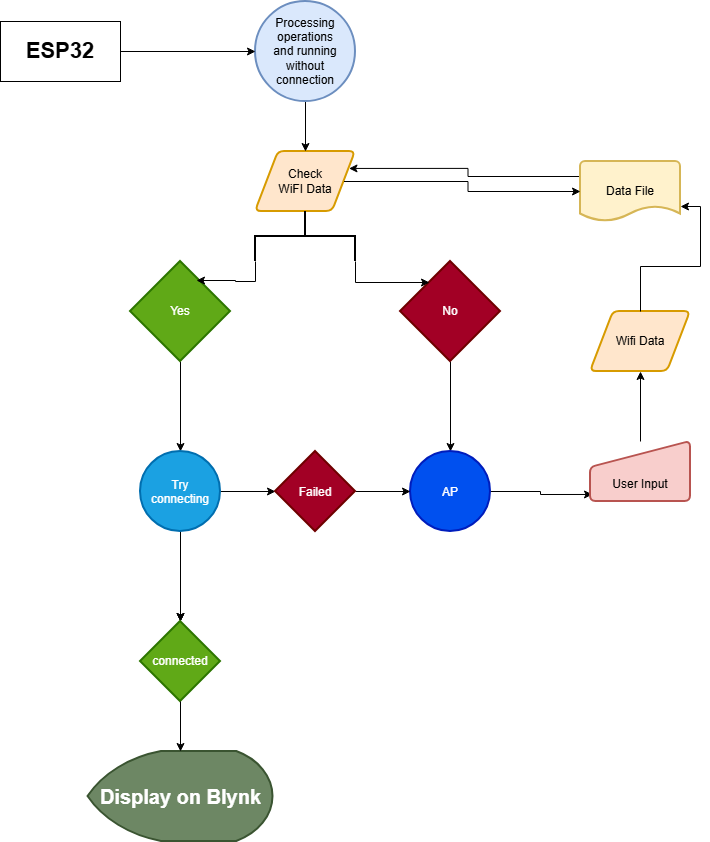
Earlier version of the draw.io export docs/architecture/Connecting AP.drawio.png (PhantomCNS/shos-2-). Source tidied: cells renumbered, new cells last; positions are measured from the earlier drawing's top-left corner, leaving out a move shared by most shapes. The source it was exported from:
```xml
<mxGraphModel>
  <root>
    <mxCell id="0" />
    <mxCell id="1" parent="0" />
    <mxCell id="2" style="edgeStyle=orthogonalEdgeStyle;rounded=0;jettySize=auto;html=1;" parent="1" edge="1" source="3" target="16">
      <mxGeometry relative="1" as="geometry" />
    </mxCell>
    <mxCell id="3" value="Yes" style="strokeWidth=2;html=1;shape=mxgraph.flowchart.decision;whiteSpace=wrap;fillColor=#60a917;fontColor=#ffffff;strokeColor=#2D7600;" parent="1" vertex="1">
      <mxGeometry x="130" y="260" width="100" height="100" as="geometry" />
    </mxCell>
    <mxCell id="4" value="Check&lt;br&gt;&lt;div&gt;WiFI Data&lt;/div&gt;" style="shape=parallelogram;html=1;strokeWidth=2;perimeter=parallelogramPerimeter;whiteSpace=wrap;rounded=1;arcSize=12;size=0.23;fillColor=#ffe6cc;strokeColor=#d79b00;" parent="1" vertex="1">
      <mxGeometry x="255" y="150" width="100" height="60" as="geometry" />
    </mxCell>
    <mxCell id="5" style="strokeWidth=2;html=1;shape=mxgraph.flowchart.annotation_2;align=left;labelPosition=right;direction=south;" parent="1" vertex="1">
      <mxGeometry x="255" y="210" width="100" height="50" as="geometry" />
    </mxCell>
    <mxCell id="6" style="edgeStyle=orthogonalEdgeStyle;rounded=0;jettySize=auto;html=1;exitX=1;exitY=1;exitDx=0;exitDy=0;exitPerimeter=0;entryX=0.66;entryY=0.19;entryDx=0;entryDy=0;entryPerimeter=0;" parent="1" edge="1" source="5" target="3">
      <mxGeometry relative="1" as="geometry" />
    </mxCell>
    <mxCell id="7" style="edgeStyle=orthogonalEdgeStyle;rounded=0;jettySize=auto;html=1;" parent="1" edge="1" source="8" target="11">
      <mxGeometry relative="1" as="geometry" />
    </mxCell>
    <mxCell id="8" value="No" style="strokeWidth=2;html=1;shape=mxgraph.flowchart.decision;whiteSpace=wrap;fillColor=#a20025;strokeColor=#6F0000;fontColor=#ffffff;" parent="1" vertex="1">
      <mxGeometry x="400" y="260" width="100" height="100" as="geometry" />
    </mxCell>
    <mxCell id="9" style="edgeStyle=orthogonalEdgeStyle;rounded=0;jettySize=auto;html=1;exitX=1;exitY=0;exitDx=0;exitDy=0;exitPerimeter=0;entryX=0.29;entryY=0.21;entryDx=0;entryDy=0;entryPerimeter=0;" parent="1" edge="1" source="5" target="8">
      <mxGeometry relative="1" as="geometry" />
    </mxCell>
    <mxCell id="10" style="edgeStyle=orthogonalEdgeStyle;rounded=0;jettySize=auto;html=1;exitX=1;exitY=0.5;exitDx=0;exitDy=0;entryX=0.02;entryY=0.883;entryDx=0;entryDy=0;entryPerimeter=0;" parent="1" edge="1" source="11" target="21">
      <mxGeometry relative="1" as="geometry" />
    </mxCell>
    <mxCell id="11" value="AP" style="ellipse;whiteSpace=wrap;html=1;shapeInside=1;strokeWidth=2;fillColor=#0050ef;fontColor=#ffffff;strokeColor=#001DBC;" parent="1" vertex="1">
      <mxGeometry x="410" y="450" width="80" height="80" as="geometry" />
    </mxCell>
    <mxCell id="12" style="edgeStyle=orthogonalEdgeStyle;rounded=0;jettySize=auto;html=1;" parent="1" edge="1" source="16" target="17">
      <mxGeometry relative="1" as="geometry" />
    </mxCell>
    <mxCell id="13" style="edgeStyle=orthogonalEdgeStyle;rounded=0;jettySize=auto;html=1;" parent="1" edge="1" source="16" target="17">
      <mxGeometry relative="1" as="geometry" />
    </mxCell>
    <mxCell id="14" style="edgeStyle=orthogonalEdgeStyle;rounded=0;jettySize=auto;html=1;" parent="1" edge="1" source="16" target="17">
      <mxGeometry relative="1" as="geometry" />
    </mxCell>
    <mxCell id="15" style="edgeStyle=orthogonalEdgeStyle;rounded=0;jettySize=auto;html=1;" parent="1" edge="1" source="16" target="19">
      <mxGeometry relative="1" as="geometry" />
    </mxCell>
    <mxCell id="16" value="Try connecting" style="ellipse;whiteSpace=wrap;html=1;shapeInside=1;strokeWidth=2;fillColor=#1ba1e2;fontColor=#ffffff;strokeColor=#006EAF;" parent="1" vertex="1">
      <mxGeometry x="140" y="450" width="80" height="80" as="geometry" />
    </mxCell>
    <mxCell id="17" value="connected" style="rhombus;whiteSpace=wrap;html=1;shapeInside=1;strokeWidth=2;fillColor=#60a917;fontColor=#ffffff;strokeColor=#2D7600;" parent="1" vertex="1">
      <mxGeometry x="140" y="620" width="80" height="80" as="geometry" />
    </mxCell>
    <mxCell id="18" style="edgeStyle=orthogonalEdgeStyle;rounded=0;jettySize=auto;html=1;entryX=0;entryY=0.5;entryDx=0;entryDy=0;" parent="1" edge="1" source="19" target="11">
      <mxGeometry relative="1" as="geometry" />
    </mxCell>
    <mxCell id="19" value="Failed" style="rhombus;whiteSpace=wrap;html=1;shapeInside=1;strokeWidth=2;fillColor=#a20025;fontColor=#ffffff;strokeColor=#6F0000;" parent="1" vertex="1">
      <mxGeometry x="275" y="450" width="80" height="80" as="geometry" />
    </mxCell>
    <mxCell id="20" style="edgeStyle=orthogonalEdgeStyle;rounded=0;jettySize=auto;html=1;exitX=0.5;exitY=0;exitDx=0;exitDy=0;" parent="1" edge="1" source="21" target="24">
      <mxGeometry relative="1" as="geometry" />
    </mxCell>
    <mxCell id="21" value="User Input" style="html=1;strokeWidth=2;shape=manualInput;boundedLbl=1;whiteSpace=wrap;rounded=1;size=26;arcSize=11;fillColor=#f8cecc;strokeColor=#b85450;" parent="1" vertex="1">
      <mxGeometry x="590" y="440" width="100" height="60" as="geometry" />
    </mxCell>
    <mxCell id="22" style="edgeStyle=orthogonalEdgeStyle;rounded=0;jettySize=auto;html=1;exitX=0;exitY=0.25;exitDx=0;exitDy=0;exitPerimeter=0;entryX=1;entryY=0.25;entryDx=0;entryDy=0;" parent="1" edge="1" source="23" target="4">
      <mxGeometry relative="1" as="geometry" />
    </mxCell>
    <mxCell id="23" value="Data File" style="strokeWidth=2;html=1;shape=mxgraph.flowchart.document2;whiteSpace=wrap;size=0.25;fillColor=#fff2cc;strokeColor=#d6b656;" parent="1" vertex="1">
      <mxGeometry x="580" y="160" width="100" height="60" as="geometry" />
    </mxCell>
    <mxCell id="24" value="Wifi Data" style="shape=parallelogram;html=1;strokeWidth=2;perimeter=parallelogramPerimeter;whiteSpace=wrap;rounded=1;arcSize=12;size=0.23;fillColor=#ffe6cc;strokeColor=#d79b00;" parent="1" vertex="1">
      <mxGeometry x="590" y="310" width="100" height="60" as="geometry" />
    </mxCell>
    <mxCell id="25" style="edgeStyle=orthogonalEdgeStyle;rounded=0;jettySize=auto;html=1;entryX=1;entryY=0.75;entryDx=0;entryDy=0;entryPerimeter=0;" parent="1" edge="1" source="24" target="23">
      <mxGeometry relative="1" as="geometry" />
    </mxCell>
    <mxCell id="26" style="edgeStyle=orthogonalEdgeStyle;rounded=0;jettySize=auto;html=1;exitX=1;exitY=0.5;exitDx=0;exitDy=0;entryX=0;entryY=0.5;entryDx=0;entryDy=0;entryPerimeter=0;" parent="1" edge="1" source="4" target="23">
      <mxGeometry relative="1" as="geometry" />
    </mxCell>
    <mxCell id="27" style="edgeStyle=orthogonalEdgeStyle;rounded=0;jettySize=auto;html=1;entryX=0.5;entryY=0;entryDx=0;entryDy=0;" parent="1" edge="1" source="28" target="4">
      <mxGeometry relative="1" as="geometry" />
    </mxCell>
    <mxCell id="28" value="Processing operations&lt;br&gt;and running without connection" style="strokeWidth=2;html=1;shape=mxgraph.flowchart.start_2;whiteSpace=wrap;fillColor=#dae8fc;strokeColor=#6c8ebf;" parent="1" vertex="1">
      <mxGeometry x="255" width="100" height="100" as="geometry" />
    </mxCell>
    <mxCell id="29" style="edgeStyle=orthogonalEdgeStyle;rounded=0;jettySize=auto;html=1;" parent="1" edge="1" source="30" target="28">
      <mxGeometry relative="1" as="geometry" />
    </mxCell>
    <mxCell id="30" value="ESP32" style="rounded=0;whiteSpace=wrap;html=1;fillColor=light-dark(#FFFFFF,#FFFFFF);fontColor=light-dark(#000000,#000000);labelBackgroundColor=none;labelBorderColor=none;fontStyle=1;fontSize=22;" parent="1" vertex="1">
      <mxGeometry y="20" width="120" height="60" as="geometry" />
    </mxCell>
    <mxCell id="31" value="Display on Blynk" style="strokeWidth=2;html=1;shape=mxgraph.flowchart.display;whiteSpace=wrap;fillColor=#6d8764;fontColor=#ffffff;strokeColor=#3A5431;fontSize=20;fontStyle=1;" parent="1" vertex="1">
      <mxGeometry x="87.5" y="750" width="185" height="90" as="geometry" />
    </mxCell>
    <mxCell id="32" style="edgeStyle=orthogonalEdgeStyle;rounded=0;jettySize=auto;html=1;entryX=0.5;entryY=0;entryDx=0;entryDy=0;entryPerimeter=0;" parent="1" edge="1" source="17" target="31">
      <mxGeometry relative="1" as="geometry" />
    </mxCell>
  </root>
</mxGraphModel>
```
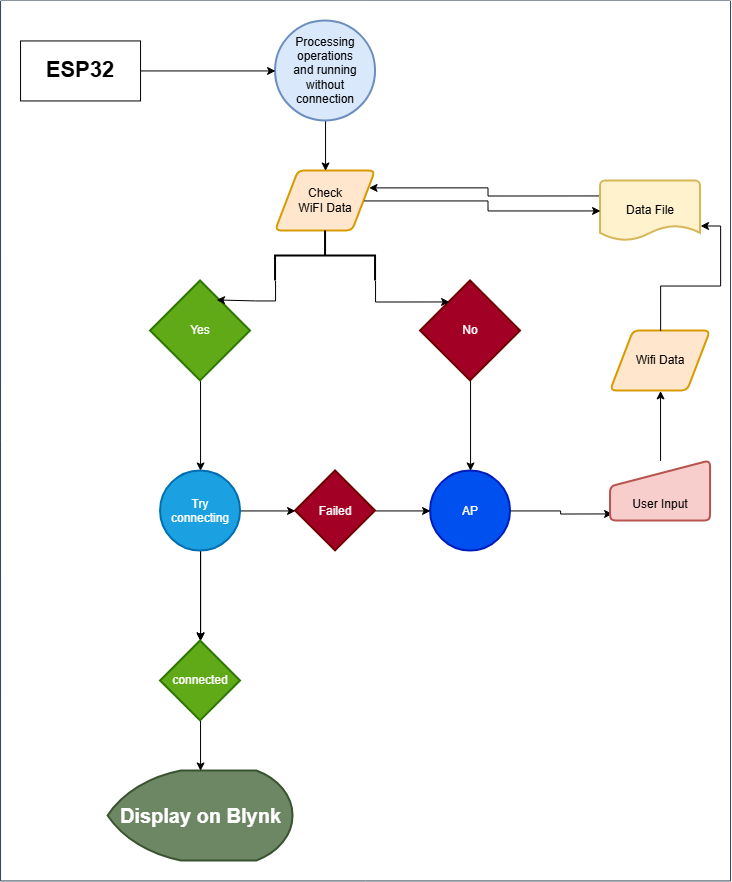
The same file after the commit.

Diff of the diagram source:
```diff
@@ -2,6 +2,9 @@
   <root>
     <mxCell id="0" />
     <mxCell id="1" parent="0" />
+    <mxCell id="33" style="swimlane;startSize=0;fillStyle=solid;fillColor=#647687;fontColor=#ffffff;strokeColor=#314354;swimlaneFillColor=light-dark(#FFFFFF,#4F4F4F);" parent="1" vertex="1">
+      <mxGeometry x="-20" y="-20" width="730" height="880" as="geometry" />
+    </mxCell>
     <mxCell id="2" style="edgeStyle=orthogonalEdgeStyle;rounded=0;jettySize=auto;html=1;" parent="1" edge="1" source="3" target="16">
       <mxGeometry relative="1" as="geometry" />
     </mxCell>
```
